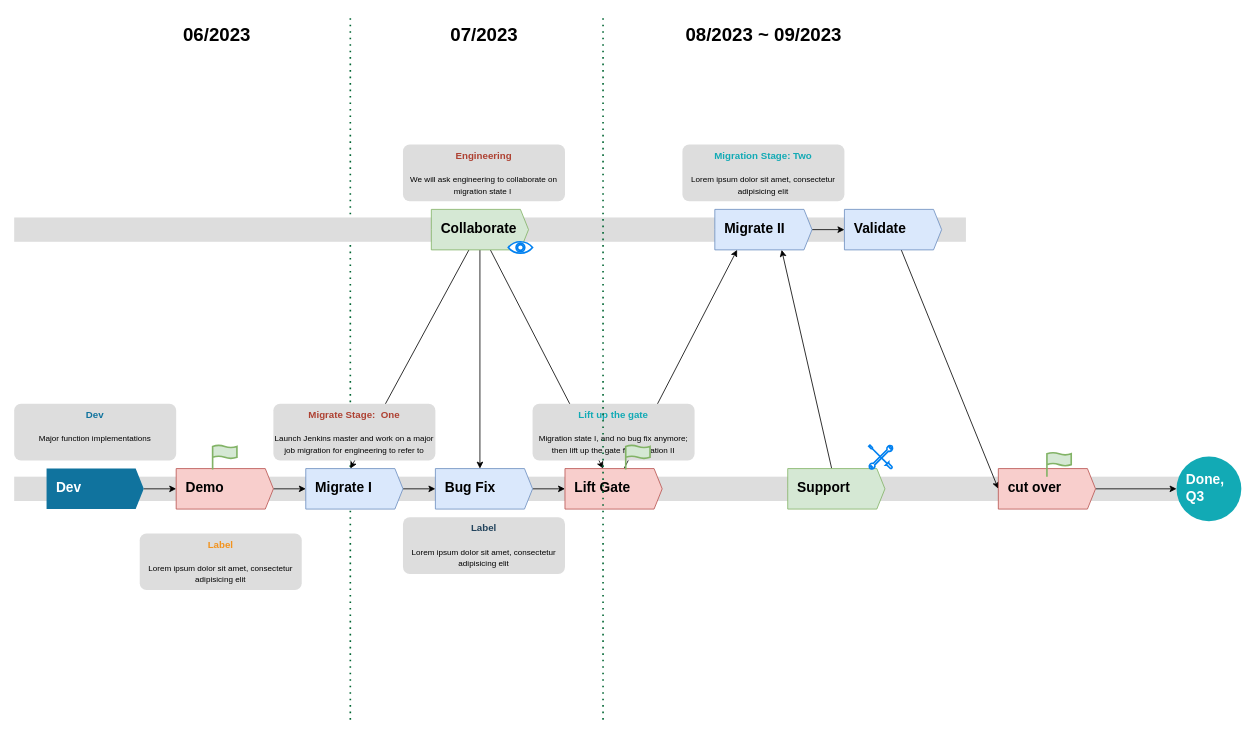
Earlier version of the draw.io diagram homer_roadmap.drawio (jiangtao7/draw.io). Source tidied: cells renumbered, new cells numbered last; positions are measured from the earlier drawing's top-left corner, leaving out a move shared by most shapes. Both pictures are drawn from the tidied source at 81%, with x=0, y=0 at pixel (14, 15).
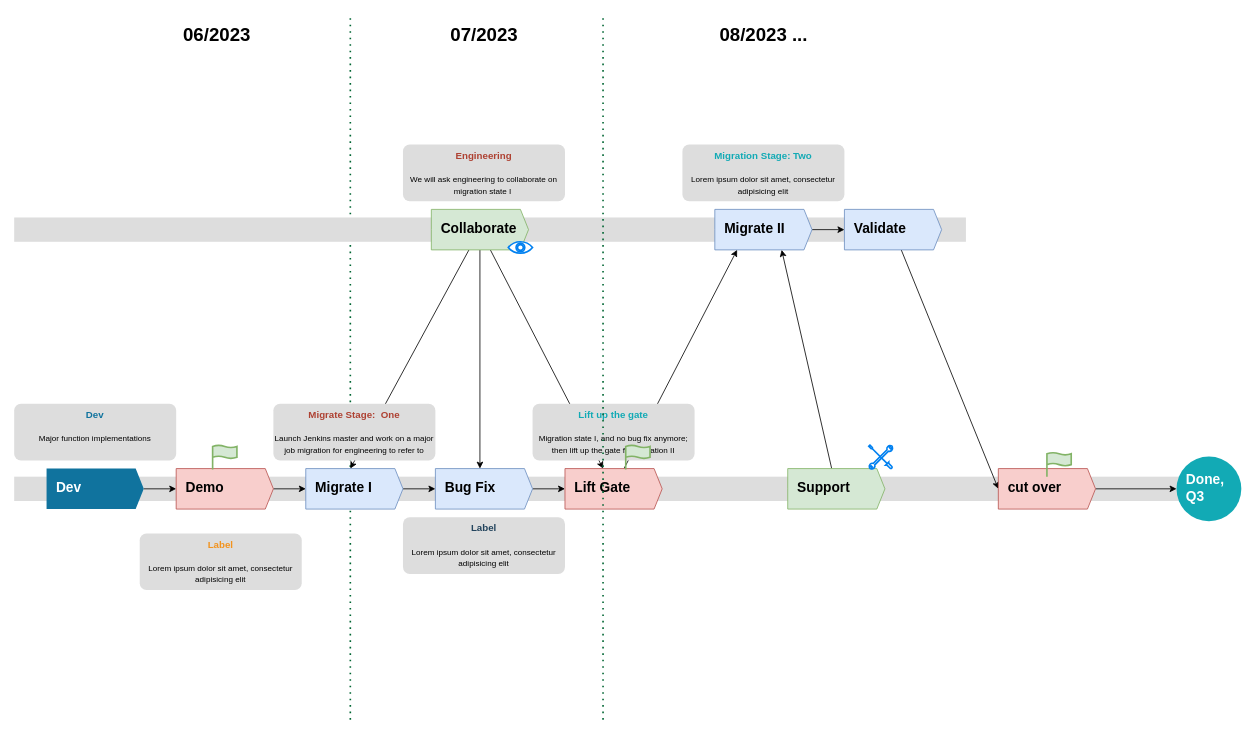
The same diagram, later.

The edit, as a diff of the source:
```diff
@@
-    <mxCell id="38" value="08/2023 ~ 09/2023" style="text;html=1;align=center;verticalAlign=middle;strokeColor=none;fillColor=none;fontSize=23;fontStyle=1;" parent="1" vertex="1">
-      <mxGeometry x="815" y="5" width="220" height="40" as="geometry" />
+    <mxCell id="38" value="08/2023 ..." style="text;html=1;align=center;verticalAlign=middle;strokeColor=none;fillColor=none;fontSize=23;fontStyle=1;" parent="1" vertex="1">
+      <mxGeometry x="860" y="5" width="130" height="40" as="geometry" />
     </mxCell>
```
